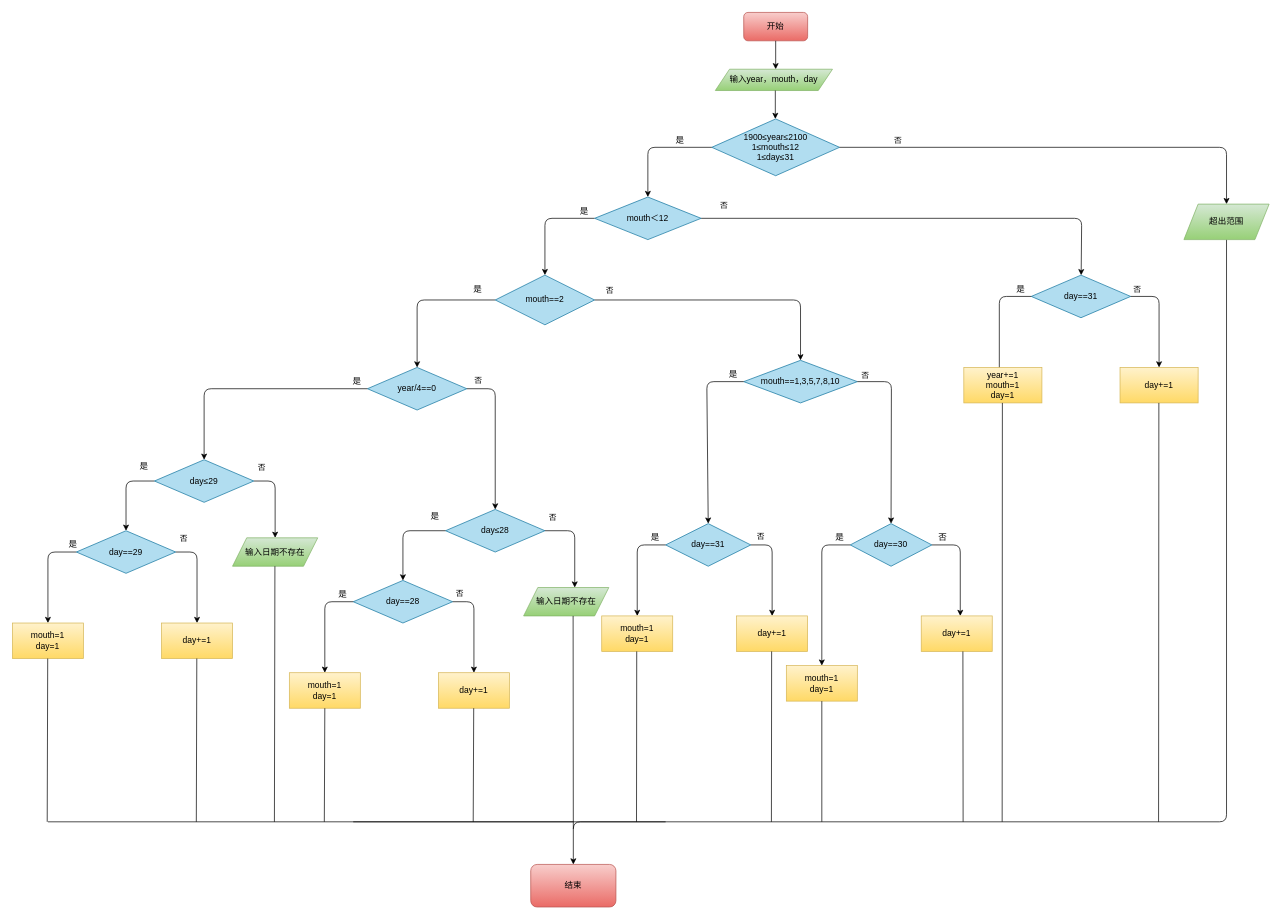
Before: HelloGit/src/main/resources/Untitled Diagram.drawio in YUQILove/RepoOne, a draw.io diagram. Source tidied: cells renumbered, new cells numbered last; positions are measured from the earlier drawing's top-left corner, leaving out a move shared by most shapes. Both pictures are drawn from the tidied source at 71%, with x=0, y=0 at pixel (12, 12).
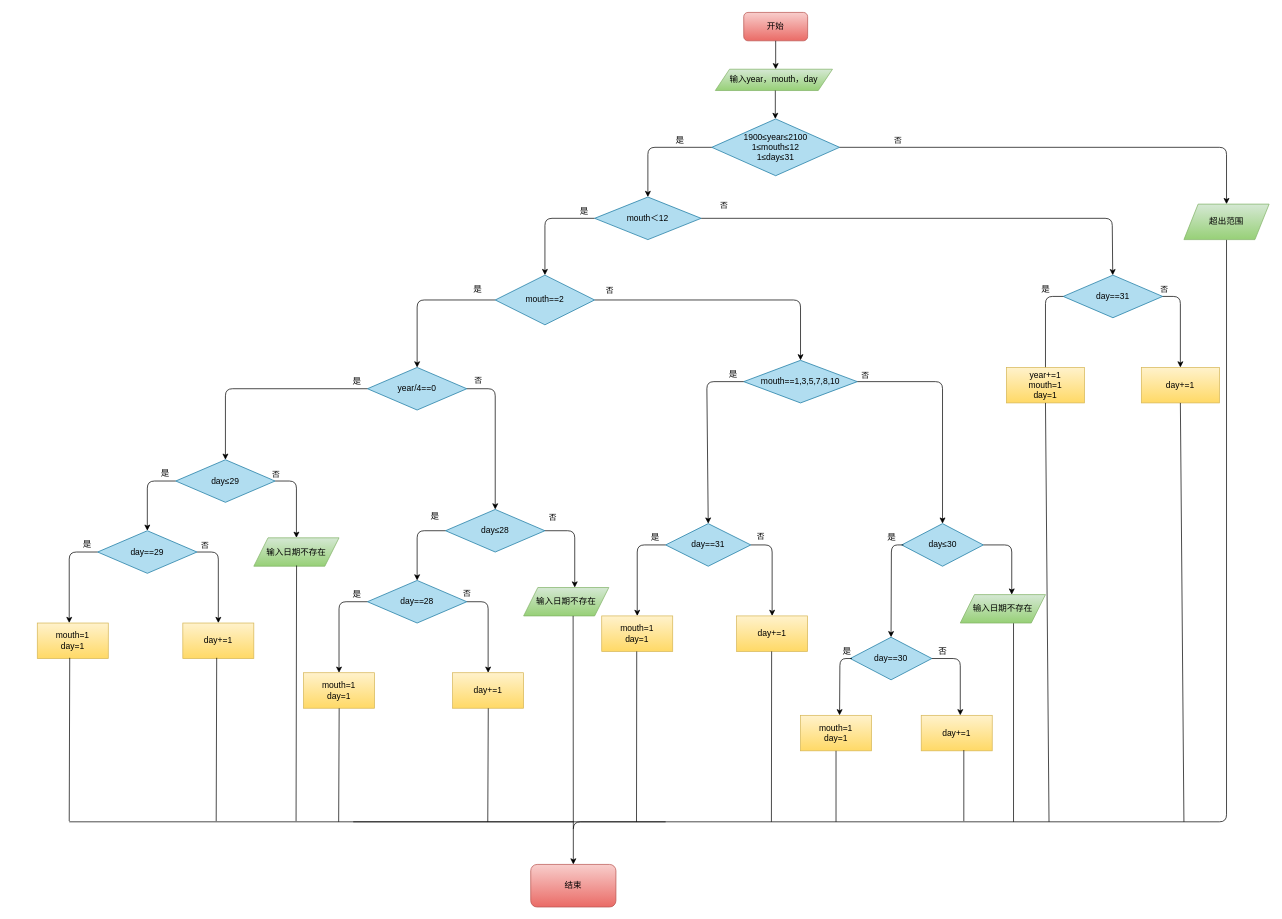
After the change.

Unchanged cells that the change refers to:
```xml
<mxCell id="14" value="mouth＜12" style="rhombus;whiteSpace=wrap;html=1;fillColor=#b1ddf0;strokeColor=#10739e;" parent="1" vertex="1">
  <mxGeometry x="820" y="260" width="150" height="60" as="geometry" />
</mxCell>
<mxCell id="19" value="mouth==1,3,5,7,8,10" style="rhombus;whiteSpace=wrap;html=1;fillColor=#b1ddf0;strokeColor=#10739e;" parent="1" vertex="1">
  <mxGeometry x="1030" y="490" width="160" height="60" as="geometry" />
</mxCell>
```

The edit, as a diff of the source:
```diff
@@
     <mxCell id="9" style="endArrow=classic;html=1;exitX=1;exitY=0.5;exitDx=0;exitDy=0;" parent="1" edge="1" source="14" target="21">
       <mxGeometry relative="1" as="geometry">
         <Array as="points">
-          <mxPoint x="1506" y="290" />
+          <mxPoint x="1549" y="290" />
         </Array>
       </mxGeometry>
     </mxCell>
@@
     <mxCell id="18" style="endArrow=classic;html=1;" parent="1" edge="1" target="46">
       <mxGeometry relative="1" as="geometry">
         <mxPoint x="500" y="530" as="sourcePoint" />
         <Array as="points">
-          <mxPoint x="270" y="530" />
+          <mxPoint x="300" y="530" />
         </Array>
       </mxGeometry>
     </mxCell>
@@
     <mxCell id="21" value="day==31" style="rhombus;whiteSpace=wrap;html=1;fillColor=#b1ddf0;strokeColor=#10739e;" parent="1" vertex="1">
-      <mxGeometry x="1435" y="370" width="140" height="60" as="geometry" />
+      <mxGeometry x="1480" y="370" width="140" height="60" as="geometry" />
     </mxCell>
@@
     <mxCell id="23" style="endArrow=classic;html=1;exitX=1;exitY=0.5;exitDx=0;exitDy=0;entryX=0.5;entryY=0;entryDx=0;entryDy=0;" parent="1" edge="1" source="19" target="49">
       <mxGeometry relative="1" as="geometry">
         <Array as="points">
-          <mxPoint x="1238" y="520" />
+          <mxPoint x="1310" y="520" />
         </Array>
       </mxGeometry>
     </mxCell>
@@
     <mxCell id="25" style="endArrow=classic;html=1;exitX=0;exitY=0.5;exitDx=0;exitDy=0;entryX=0.5;entryY=0;entryDx=0;entryDy=0;" parent="1" edge="1" target="60">
       <mxGeometry relative="1" as="geometry">
         <mxPoint x="610" y="730" as="sourcePoint" />
         <Array as="points">
-          <mxPoint x="550" y="730" />
+          <mxPoint x="570" y="730" />
         </Array>
       </mxGeometry>
     </mxCell>
@@
-    <mxCell id="28" style="endArrow=classic;html=1;exitX=0;exitY=0.5;exitDx=0;exitDy=0;" parent="1" edge="1">
+    <mxCell id="28" style="endArrow=classic;html=1;exitX=0;exitY=0.5;exitDx=0;exitDy=0;" parent="1" edge="1" source="21">
       <mxGeometry relative="1" as="geometry">
-        <mxPoint x="1435" y="400" as="sourcePoint" />
-        <mxPoint x="1390" y="510" as="targetPoint" />
+        <mxPoint x="1455" y="510" as="targetPoint" />
         <Array as="points">
-          <mxPoint x="1390" y="400" />
+          <mxPoint x="1455" y="400" />
         </Array>
       </mxGeometry>
     </mxCell>
-    <mxCell id="29" style="endArrow=classic;html=1;exitX=1;exitY=0.5;exitDx=0;exitDy=0;entryX=0.5;entryY=0;entryDx=0;entryDy=0;" parent="1" edge="1" target="30">
+    <mxCell id="29" style="endArrow=classic;html=1;entryX=0.5;entryY=0;entryDx=0;entryDy=0;" parent="1" edge="1" target="30">
       <mxGeometry relative="1" as="geometry">
-        <mxPoint x="1575" y="400" as="sourcePoint" />
+        <mxPoint x="1620" y="400" as="sourcePoint" />
         <Array as="points">
-          <mxPoint x="1615" y="400" />
+          <mxPoint x="1645" y="400" />
         </Array>
       </mxGeometry>
     </mxCell>
     <mxCell id="30" value="day+=1" style="rounded=0;whiteSpace=wrap;html=1;gradientColor=#ffd966;fillColor=#fff2cc;strokeColor=#d6b656;" parent="1" vertex="1">
-      <mxGeometry x="1560" y="500" width="110" height="50" as="geometry" />
+      <mxGeometry x="1590" y="500" width="110" height="50" as="geometry" />
     </mxCell>
     <mxCell id="31" value="year+=1&lt;br&gt;mouth=1&lt;br&gt;day=1" style="rounded=0;whiteSpace=wrap;html=1;gradientColor=#ffd966;fillColor=#fff2cc;strokeColor=#d6b656;" parent="1" vertex="1">
-      <mxGeometry x="1340" y="500" width="110" height="50" as="geometry" />
+      <mxGeometry x="1400" y="500" width="110" height="50" as="geometry" />
     </mxCell>
@@
     <mxCell id="33" value="是" style="text;html=1;align=center;verticalAlign=middle;strokeColor=none;" parent="1" vertex="1">
-      <mxGeometry x="1405" y="380" width="30" height="20" as="geometry" />
+      <mxGeometry x="1440" y="380" width="30" height="20" as="geometry" />
     </mxCell>
@@
     <mxCell id="44" value="否" style="edgeLabel;html=1;align=center;verticalAlign=middle;" parent="1" vertex="1">
-      <mxGeometry x="962.5" y="400" as="geometry">
+      <mxGeometry x="1000" y="400" as="geometry">
         <mxPoint x="621" y="-11" as="offset" />
       </mxGeometry>
     </mxCell>
@@
     <mxCell id="46" value="day≤29" style="rhombus;whiteSpace=wrap;html=1;fillColor=#b1ddf0;strokeColor=#10739e;" parent="1" vertex="1">
-      <mxGeometry x="200" y="630" width="140" height="60" as="geometry" />
+      <mxGeometry x="230" y="630" width="140" height="60" as="geometry" />
     </mxCell>
     <mxCell id="47" style="endArrow=classic;html=1;exitX=0;exitY=0.5;exitDx=0;exitDy=0;entryX=0.5;entryY=0;entryDx=0;entryDy=0;" parent="1" edge="1" source="46" target="65">
       <mxGeometry relative="1" as="geometry">
         <Array as="points">
-          <mxPoint x="160" y="660" />
+          <mxPoint x="190" y="660" />
         </Array>
       </mxGeometry>
     </mxCell>
@@
-    <mxCell id="49" value="day==30" style="rhombus;whiteSpace=wrap;html=1;fillColor=#b1ddf0;strokeColor=#10739e;" parent="1" vertex="1">
-      <mxGeometry x="1180" y="720" width="115" height="60" as="geometry" />
+    <mxCell id="49" value="day≤30" style="rhombus;whiteSpace=wrap;html=1;fillColor=#b1ddf0;strokeColor=#10739e;" parent="1" vertex="1">
+      <mxGeometry x="1252.5" y="720" width="115" height="60" as="geometry" />
     </mxCell>
@@
-    <mxCell id="51" style="endArrow=classic;html=1;exitX=0;exitY=0.5;exitDx=0;exitDy=0;entryX=0.5;entryY=0;entryDx=0;entryDy=0;" parent="1" edge="1" target="58">
+    <mxCell id="51" style="endArrow=classic;html=1;entryX=0.5;entryY=0;entryDx=0;entryDy=0;" parent="1" edge="1" target="96">
       <mxGeometry relative="1" as="geometry">
-        <mxPoint x="1180" y="750" as="sourcePoint" />
+        <mxPoint x="1255" y="750" as="sourcePoint" />
         <Array as="points">
-          <mxPoint x="1140" y="750" />
+          <mxPoint x="1238" y="750" />
         </Array>
       </mxGeometry>
     </mxCell>
-    <mxCell id="52" style="endArrow=classic;html=1;exitX=1;exitY=0.5;exitDx=0;exitDy=0;entryX=0.5;entryY=0;entryDx=0;entryDy=0;" parent="1" edge="1">
+    <mxCell id="52" style="endArrow=classic;html=1;exitX=1;exitY=0.5;exitDx=0;exitDy=0;" parent="1" edge="1">
       <mxGeometry relative="1" as="geometry">
-        <mxPoint x="1295" y="750" as="sourcePoint" />
-        <mxPoint x="1335" y="850" as="targetPoint" />
+        <mxPoint x="1367.5" y="750" as="sourcePoint" />
+        <mxPoint x="1407.5" y="820" as="targetPoint" />
         <Array as="points">
-          <mxPoint x="1335" y="750" />
+          <mxPoint x="1407.5" y="750" />
         </Array>
       </mxGeometry>
     </mxCell>
@@
     <mxCell id="54" value="是" style="text;html=1;align=center;verticalAlign=middle;strokeColor=none;" parent="1" vertex="1">
-      <mxGeometry x="1150" y="730" width="30" height="20" as="geometry" />
+      <mxGeometry x="1222.5" y="730" width="30" height="20" as="geometry" />
     </mxCell>
     <mxCell id="55" value="否" style="text;html=1;align=center;verticalAlign=middle;strokeColor=none;" parent="1" vertex="1">
-      <mxGeometry x="1295" y="730" width="30" height="20" as="geometry" />
+      <mxGeometry x="1295" y="890" width="30" height="20" as="geometry" />
     </mxCell>
@@
     <mxCell id="58" value="mouth=1&lt;br&gt;day=1" style="rounded=0;whiteSpace=wrap;html=1;gradientColor=#ffd966;fillColor=#fff2cc;strokeColor=#d6b656;" parent="1" vertex="1">
-      <mxGeometry x="1090" y="920" width="100" height="50" as="geometry" />
+      <mxGeometry x="1110" y="990" width="100" height="50" as="geometry" />
     </mxCell>
     <mxCell id="59" value="day+=1" style="rounded=0;whiteSpace=wrap;html=1;gradientColor=#ffd966;fillColor=#fff2cc;strokeColor=#d6b656;" parent="1" vertex="1">
-      <mxGeometry x="1280" y="850" width="100" height="50" as="geometry" />
+      <mxGeometry x="1280" y="990" width="100" height="50" as="geometry" />
     </mxCell>
     <mxCell id="60" value="day==28" style="rhombus;whiteSpace=wrap;html=1;fillColor=#b1ddf0;strokeColor=#10739e;" parent="1" vertex="1">
-      <mxGeometry x="480" y="800" width="140" height="60" as="geometry" />
+      <mxGeometry x="500" y="800" width="140" height="60" as="geometry" />
     </mxCell>
     <mxCell id="61" style="endArrow=classic;html=1;exitX=0;exitY=0.5;exitDx=0;exitDy=0;" parent="1" edge="1">
       <mxGeometry relative="1" as="geometry">
-        <mxPoint x="480" y="830" as="sourcePoint" />
-        <mxPoint x="440" y="930" as="targetPoint" />
+        <mxPoint x="500" y="830" as="sourcePoint" />
+        <mxPoint x="460" y="930" as="targetPoint" />
         <Array as="points">
-          <mxPoint x="440" y="830" />
+          <mxPoint x="460" y="830" />
         </Array>
       </mxGeometry>
     </mxCell>
     <mxCell id="62" style="endArrow=classic;html=1;exitX=1;exitY=0.5;exitDx=0;exitDy=0;entryX=0.5;entryY=0;entryDx=0;entryDy=0;" parent="1" edge="1">
       <mxGeometry relative="1" as="geometry">
-        <mxPoint x="620" y="830" as="sourcePoint" />
-        <mxPoint x="650" y="930" as="targetPoint" />
+        <mxPoint x="640" y="830" as="sourcePoint" />
+        <mxPoint x="670" y="930" as="targetPoint" />
         <Array as="points">
-          <mxPoint x="650" y="830" />
+          <mxPoint x="670" y="830" />
         </Array>
       </mxGeometry>
     </mxCell>
     <mxCell id="63" value="mouth=1&lt;br&gt;day=1" style="rounded=0;whiteSpace=wrap;html=1;gradientColor=#ffd966;fillColor=#fff2cc;strokeColor=#d6b656;" parent="1" vertex="1">
-      <mxGeometry x="390" y="930" width="100" height="50" as="geometry" />
+      <mxGeometry x="410" y="930" width="100" height="50" as="geometry" />
     </mxCell>
     <mxCell id="64" value="day+=1" style="rounded=0;whiteSpace=wrap;html=1;gradientColor=#ffd966;fillColor=#fff2cc;strokeColor=#d6b656;" parent="1" vertex="1">
-      <mxGeometry x="600" y="930" width="100" height="50" as="geometry" />
+      <mxGeometry x="620" y="930" width="100" height="50" as="geometry" />
     </mxCell>
     <mxCell id="65" value="day==29" style="rhombus;whiteSpace=wrap;html=1;fillColor=#b1ddf0;strokeColor=#10739e;" parent="1" vertex="1">
-      <mxGeometry x="90" y="730" width="140" height="60" as="geometry" />
+      <mxGeometry x="120" y="730" width="140" height="60" as="geometry" />
     </mxCell>
     <mxCell id="66" style="endArrow=classic;html=1;exitX=1;exitY=0.5;exitDx=0;exitDy=0;" parent="1" edge="1">
       <mxGeometry relative="1" as="geometry">
-        <mxPoint x="340" y="660" as="sourcePoint" />
-        <mxPoint x="370" y="740" as="targetPoint" />
+        <mxPoint x="370" y="660" as="sourcePoint" />
+        <mxPoint x="400" y="740" as="targetPoint" />
         <Array as="points">
-          <mxPoint x="370" y="660" />
+          <mxPoint x="400" y="660" />
         </Array>
       </mxGeometry>
     </mxCell>
     <mxCell id="67" value="输入日期不存在" style="shape=parallelogram;perimeter=parallelogramPerimeter;whiteSpace=wrap;html=1;fixedSize=1;gradientColor=#97d077;fillColor=#d5e8d4;strokeColor=#82b366;" parent="1" vertex="1">
-      <mxGeometry x="310" y="740" width="120" height="40" as="geometry" />
+      <mxGeometry x="340" y="740" width="120" height="40" as="geometry" />
     </mxCell>
     <mxCell id="68" style="endArrow=classic;html=1;exitX=0;exitY=0.5;exitDx=0;exitDy=0;" parent="1" edge="1">
       <mxGeometry relative="1" as="geometry">
-        <mxPoint x="90" y="760" as="sourcePoint" />
-        <mxPoint x="50" y="860" as="targetPoint" />
+        <mxPoint x="120" y="760" as="sourcePoint" />
+        <mxPoint x="80" y="860" as="targetPoint" />
         <Array as="points">
-          <mxPoint x="50" y="760" />
+          <mxPoint x="80" y="760" />
         </Array>
       </mxGeometry>
     </mxCell>
     <mxCell id="69" style="endArrow=classic;html=1;exitX=1;exitY=0.5;exitDx=0;exitDy=0;entryX=0.5;entryY=0;entryDx=0;entryDy=0;" parent="1" edge="1">
       <mxGeometry relative="1" as="geometry">
-        <mxPoint x="230" y="760" as="sourcePoint" />
-        <mxPoint x="260" y="860" as="targetPoint" />
+        <mxPoint x="260" y="760" as="sourcePoint" />
+        <mxPoint x="290" y="860" as="targetPoint" />
         <Array as="points">
-          <mxPoint x="260" y="760" />
+          <mxPoint x="290" y="760" />
         </Array>
       </mxGeometry>
     </mxCell>
     <mxCell id="70" value="mouth=1&lt;br&gt;day=1" style="rounded=0;whiteSpace=wrap;html=1;gradientColor=#ffd966;fillColor=#fff2cc;strokeColor=#d6b656;" parent="1" vertex="1">
-      <mxGeometry y="860" width="100" height="50" as="geometry" />
+      <mxGeometry x="35" y="860" width="100" height="50" as="geometry" />
     </mxCell>
     <mxCell id="71" value="day+=1" style="rounded=0;whiteSpace=wrap;html=1;gradientColor=#ffd966;fillColor=#fff2cc;strokeColor=#d6b656;" parent="1" vertex="1">
-      <mxGeometry x="210" y="860" width="100" height="50" as="geometry" />
+      <mxGeometry x="240" y="860" width="100" height="50" as="geometry" />
     </mxCell>
@@
     <mxCell id="73" style="endArrow=none;html=1;exitX=0.5;exitY=1;exitDx=0;exitDy=0;" parent="1" edge="1" source="58">
       <mxGeometry relative="1" as="geometry">
-        <mxPoint x="1140" y="1140" as="targetPoint" />
+        <mxPoint x="1160" y="1140" as="targetPoint" />
       </mxGeometry>
     </mxCell>
     <mxCell id="74" style="endArrow=none;html=1;exitX=0.5;exitY=1;exitDx=0;exitDy=0;" parent="1" edge="1">
       <mxGeometry relative="1" as="geometry">
-        <mxPoint x="1338.7" y="900" as="sourcePoint" />
-        <mxPoint x="1339" y="1140" as="targetPoint" />
+        <mxPoint x="1410" y="840" as="sourcePoint" />
+        <mxPoint x="1410" y="1140" as="targetPoint" />
       </mxGeometry>
     </mxCell>
-    <mxCell id="75" style="endArrow=none;html=1;exitX=0.5;exitY=1;exitDx=0;exitDy=0;" parent="1" edge="1">
+    <mxCell id="75" style="endArrow=none;html=1;exitX=0.5;exitY=1;exitDx=0;exitDy=0;" parent="1" edge="1" source="31">
       <mxGeometry relative="1" as="geometry">
-        <mxPoint x="1394.3" y="550" as="sourcePoint" />
-        <mxPoint x="1394" y="1140" as="targetPoint" />
+        <mxPoint x="1460" y="1140" as="targetPoint" />
       </mxGeometry>
     </mxCell>
@@
     <mxCell id="79" style="endArrow=none;html=1;exitX=0.5;exitY=1;exitDx=0;exitDy=0;" parent="1" edge="1">
       <mxGeometry relative="1" as="geometry">
-        <mxPoint x="49.7" y="910" as="sourcePoint" />
-        <mxPoint x="49" y="1140" as="targetPoint" />
+        <mxPoint x="80.7" y="909" as="sourcePoint" />
+        <mxPoint x="80" y="1139" as="targetPoint" />
       </mxGeometry>
     </mxCell>
     <mxCell id="80" style="endArrow=none;html=1;exitX=0.5;exitY=1;exitDx=0;exitDy=0;" parent="1" edge="1">
       <mxGeometry relative="1" as="geometry">
-        <mxPoint x="259.7" y="910" as="sourcePoint" />
-        <mxPoint x="259" y="1140" as="targetPoint" />
+        <mxPoint x="287.7" y="909" as="sourcePoint" />
+        <mxPoint x="287" y="1139" as="targetPoint" />
       </mxGeometry>
     </mxCell>
     <mxCell id="81" style="endArrow=none;html=1;" parent="1" edge="1">
       <mxGeometry relative="1" as="geometry">
         <mxPoint x="790" y="1140" as="sourcePoint" />
-        <mxPoint x="50" y="1140" as="targetPoint" />
+        <mxPoint x="80" y="1140" as="targetPoint" />
       </mxGeometry>
     </mxCell>
@@
     <mxCell id="83" style="endArrow=none;html=1;exitX=0.5;exitY=1;exitDx=0;exitDy=0;" parent="1" edge="1">
       <mxGeometry relative="1" as="geometry">
-        <mxPoint x="649.7" y="980" as="sourcePoint" />
-        <mxPoint x="649" y="1140" as="targetPoint" />
+        <mxPoint x="670.2" y="980" as="sourcePoint" />
+        <mxPoint x="669.5" y="1140" as="targetPoint" />
       </mxGeometry>
     </mxCell>
     <mxCell id="84" style="endArrow=none;html=1;exitX=0.5;exitY=1;exitDx=0;exitDy=0;" parent="1" edge="1">
       <mxGeometry relative="1" as="geometry">
-        <mxPoint x="440" y="980" as="sourcePoint" />
-        <mxPoint x="439.3" y="1140" as="targetPoint" />
+        <mxPoint x="460.2" y="980" as="sourcePoint" />
+        <mxPoint x="459.5" y="1140" as="targetPoint" />
       </mxGeometry>
     </mxCell>
     <mxCell id="85" style="endArrow=none;html=1;exitX=0.5;exitY=1;exitDx=0;exitDy=0;" parent="1" edge="1">
       <mxGeometry relative="1" as="geometry">
-        <mxPoint x="369.7" y="780" as="sourcePoint" />
-        <mxPoint x="369" y="1140" as="targetPoint" />
+        <mxPoint x="400.2" y="779" as="sourcePoint" />
+        <mxPoint x="399.5" y="1139" as="targetPoint" />
       </mxGeometry>
     </mxCell>
@@
     <mxCell id="87" value="是" style="text;html=1;align=center;verticalAlign=middle;strokeColor=none;" parent="1" vertex="1">
-      <mxGeometry x="70" y="740" width="30" height="20" as="geometry" />
+      <mxGeometry x="90" y="740" width="30" height="20" as="geometry" />
     </mxCell>
     <mxCell id="88" value="是" style="text;html=1;align=center;verticalAlign=middle;strokeColor=none;" parent="1" vertex="1">
-      <mxGeometry x="170" y="630" width="30" height="20" as="geometry" />
+      <mxGeometry x="200" y="640" width="30" height="20" as="geometry" />
     </mxCell>
     <mxCell id="89" value="否" style="edgeLabel;html=1;align=center;verticalAlign=middle;" parent="1" vertex="1">
-      <mxGeometry x="350" y="640" as="geometry" />
+      <mxGeometry x="370" y="650" as="geometry" />
     </mxCell>
     <mxCell id="90" value="否" style="edgeLabel;html=1;align=center;verticalAlign=middle;" parent="1" vertex="1">
-      <mxGeometry x="240" y="740" as="geometry" />
+      <mxGeometry x="270" y="750" as="geometry" />
     </mxCell>
@@
     <mxCell id="92" value="否" style="edgeLabel;html=1;align=center;verticalAlign=middle;" parent="1" vertex="1">
-      <mxGeometry x="1040" y="680" as="geometry">
+      <mxGeometry x="1050" y="680" as="geometry">
         <mxPoint x="-411" y="137" as="offset" />
       </mxGeometry>
     </mxCell>
     <mxCell id="93" value="是" style="text;html=1;align=center;verticalAlign=middle;" parent="1" vertex="1">
-      <mxGeometry x="450" y="810" width="30" height="20" as="geometry" />
+      <mxGeometry x="470" y="810" width="30" height="20" as="geometry" />
     </mxCell>
-    <mxCell id="94" style="endArrow=none;html=1;exitX=0.5;exitY=1;exitDx=0;exitDy=0;" parent="1" edge="1">
+    <mxCell id="94" style="endArrow=none;html=1;exitX=0.5;exitY=1;exitDx=0;exitDy=0;" parent="1" edge="1" source="30">
       <mxGeometry relative="1" as="geometry">
-        <mxPoint x="1614.7" y="550" as="sourcePoint" />
-        <mxPoint x="1614.3" y="1140" as="targetPoint" />
+        <mxPoint x="1650" y="1140" as="targetPoint" />
       </mxGeometry>
     </mxCell>
+    <mxCell id="95" value="输入日期不存在" style="shape=parallelogram;perimeter=parallelogramPerimeter;whiteSpace=wrap;html=1;fixedSize=1;gradientColor=#97d077;fillColor=#d5e8d4;strokeColor=#82b366;" parent="1" vertex="1">
+      <mxGeometry x="1335" y="820" width="120" height="40" as="geometry" />
+    </mxCell>
+    <mxCell id="96" value="day==30" style="rhombus;whiteSpace=wrap;html=1;fillColor=#b1ddf0;strokeColor=#10739e;" parent="1" vertex="1">
+      <mxGeometry x="1180" y="880" width="115" height="60" as="geometry" />
+    </mxCell>
+    <mxCell id="97" style="endArrow=classic;html=1;" parent="1" edge="1">
+      <mxGeometry relative="1" as="geometry">
+        <mxPoint x="1182.5" y="910" as="sourcePoint" />
+        <mxPoint x="1165" y="990" as="targetPoint" />
+        <Array as="points">
+          <mxPoint x="1165.5" y="910" />
+        </Array>
+      </mxGeometry>
+    </mxCell>
+    <mxCell id="98" style="endArrow=classic;html=1;exitX=1;exitY=0.5;exitDx=0;exitDy=0;entryX=0.55;entryY=0;entryDx=0;entryDy=0;entryPerimeter=0;" parent="1" edge="1" target="59">
+      <mxGeometry relative="1" as="geometry">
+        <mxPoint x="1295" y="910" as="sourcePoint" />
+        <Array as="points">
+          <mxPoint x="1335" y="910" />
+        </Array>
+      </mxGeometry>
+    </mxCell>
+    <mxCell id="99" style="endArrow=none;html=1;exitX=0.5;exitY=1;exitDx=0;exitDy=0;" parent="1" edge="1">
+      <mxGeometry relative="1" as="geometry">
+        <mxPoint x="1340" y="1039" as="sourcePoint" />
+        <mxPoint x="1340" y="1139" as="targetPoint" />
+      </mxGeometry>
+    </mxCell>
+    <mxCell id="100" value="是" style="text;html=1;align=center;verticalAlign=middle;strokeColor=none;" parent="1" vertex="1">
+      <mxGeometry x="1160" y="890" width="30" height="20" as="geometry" />
+    </mxCell>
```
